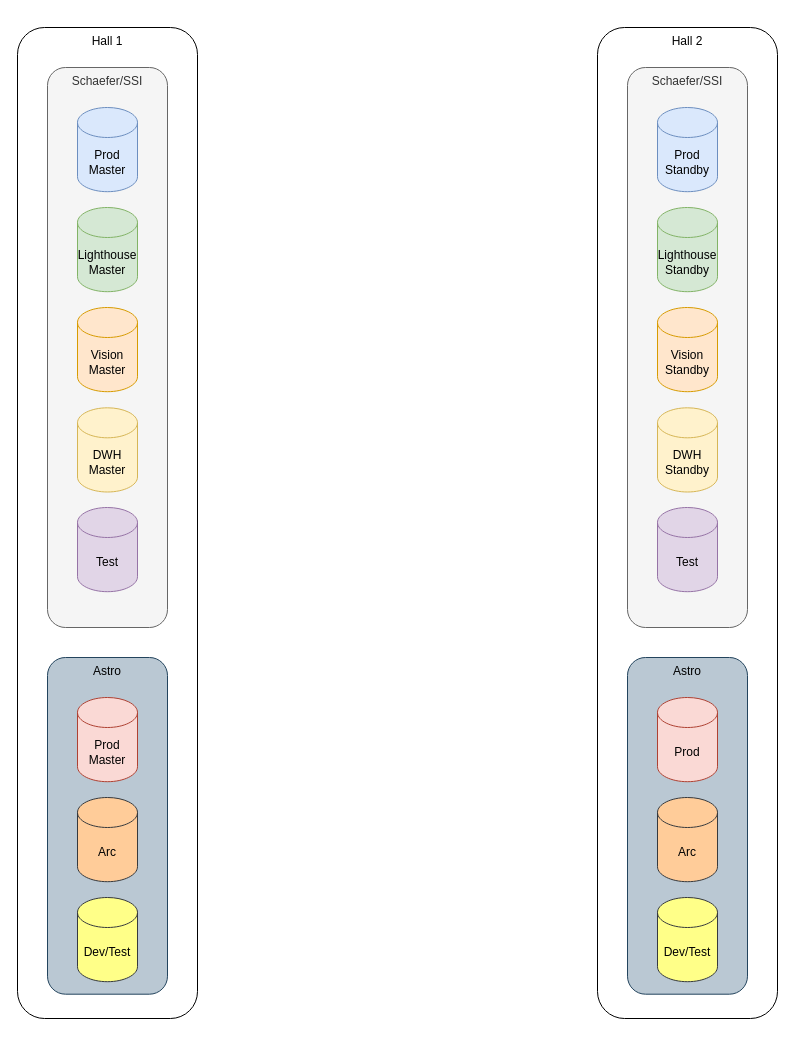
Before: databases_overview.drawio in lhirdman/log4, a draw.io diagram. Source tidied: cells renumbered, new cells numbered last; positions are measured from the earlier drawing's top-left corner, leaving out a move shared by most shapes. Both pictures are drawn from the tidied source at 100%, with x=0, y=0 at pixel (17, 27).
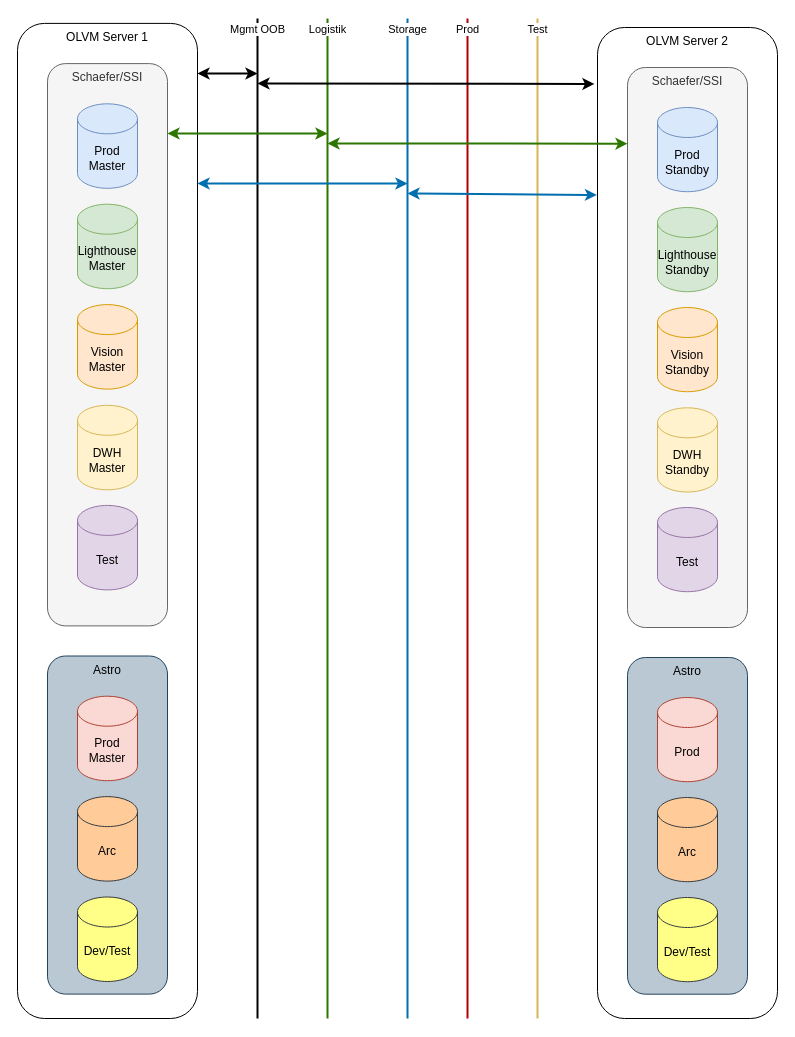
After the change.

Unchanged cells that the change refers to:
```xml
<mxCell id="14" style="group;" parent="1" vertex="1">
  <mxGeometry x="580" y="20" width="180" height="971" as="geometry" />
</mxCell>
<mxCell id="16" value="Schaefer/SSI" style="rounded=1;whiteSpace=wrap;html=1;labelPosition=center;verticalLabelPosition=middle;align=center;verticalAlign=top;fillColor=#f5f5f5;fontColor=#333333;strokeColor=#666666;" parent="14" vertex="1">
  <mxGeometry x="30" y="20" width="120" height="560" as="geometry" />
</mxCell>
```

The edit, as a diff of the source:
```diff
@@
     <mxCell id="2" style="group;" parent="1" vertex="1">
-      <mxGeometry y="20" width="180" height="971" as="geometry" />
+      <mxGeometry y="16" width="180" height="975" as="geometry" />
     </mxCell>
-    <mxCell id="3" value="Hall 1" style="rounded=1;whiteSpace=wrap;html=1;verticalAlign=top;" parent="2" vertex="1">
-      <mxGeometry y="-20" width="180" height="991" as="geometry" />
+    <mxCell id="3" value="OLVM Server 1" style="rounded=1;whiteSpace=wrap;html=1;verticalAlign=top;" parent="2" vertex="1">
+      <mxGeometry y="-20.1" width="180" height="995.1" as="geometry" />
     </mxCell>
     <mxCell id="4" value="Schaefer/SSI" style="rounded=1;whiteSpace=wrap;html=1;labelPosition=center;verticalLabelPosition=middle;align=center;verticalAlign=top;fillColor=#f5f5f5;fontColor=#333333;strokeColor=#666666;" parent="2" vertex="1">
-      <mxGeometry x="30" y="20" width="120" height="560" as="geometry" />
+      <mxGeometry x="30" y="20.1" width="120" height="562.3" as="geometry" />
     </mxCell>
     <mxCell id="5" value="Prod&lt;br&gt;Master" style="shape=cylinder3;whiteSpace=wrap;html=1;boundedLbl=1;backgroundOutline=1;size=15;fillColor=#dae8fc;strokeColor=#6c8ebf;" parent="2" vertex="1">
-      <mxGeometry x="60" y="60" width="60" height="84.2" as="geometry" />
+      <mxGeometry x="60" y="60.3" width="60" height="84.5" as="geometry" />
     </mxCell>
     <mxCell id="6" value="Lighthouse&lt;br&gt;Master" style="shape=cylinder3;whiteSpace=wrap;html=1;boundedLbl=1;backgroundOutline=1;size=15;fillColor=#d5e8d4;strokeColor=#82b366;" parent="2" vertex="1">
-      <mxGeometry x="60" y="160" width="60" height="84.2" as="geometry" />
+      <mxGeometry x="60" y="160.7" width="60" height="84.5" as="geometry" />
     </mxCell>
     <mxCell id="7" value="Vision&lt;br&gt;Master" style="shape=cylinder3;whiteSpace=wrap;html=1;boundedLbl=1;backgroundOutline=1;size=15;fillColor=#ffe6cc;strokeColor=#d79b00;" parent="2" vertex="1">
-      <mxGeometry x="60" y="260" width="60" height="84.2" as="geometry" />
+      <mxGeometry x="60" y="261.1" width="60" height="84.5" as="geometry" />
     </mxCell>
     <mxCell id="8" value="DWH&lt;br&gt;Master" style="shape=cylinder3;whiteSpace=wrap;html=1;boundedLbl=1;backgroundOutline=1;size=15;fillColor=#fff2cc;strokeColor=#d6b656;" parent="2" vertex="1">
-      <mxGeometry x="60" y="360.3" width="60" height="84.2" as="geometry" />
+      <mxGeometry x="60" y="361.8" width="60" height="84.5" as="geometry" />
     </mxCell>
     <mxCell id="9" value="Test" style="shape=cylinder3;whiteSpace=wrap;html=1;boundedLbl=1;backgroundOutline=1;size=15;fillColor=#e1d5e7;strokeColor=#9673a6;" parent="2" vertex="1">
-      <mxGeometry x="60" y="460" width="60" height="84.2" as="geometry" />
+      <mxGeometry x="60" y="461.9" width="60" height="84.5" as="geometry" />
     </mxCell>
     <mxCell id="10" value="Astro" style="rounded=1;whiteSpace=wrap;html=1;verticalAlign=top;fillColor=#bac8d3;strokeColor=#23445d;" parent="2" vertex="1">
-      <mxGeometry x="30" y="610" width="120" height="336.7" as="geometry" />
+      <mxGeometry x="30" y="612.5" width="120" height="338.1" as="geometry" />
     </mxCell>
     <mxCell id="11" value="Prod&lt;br&gt;Master" style="shape=cylinder3;whiteSpace=wrap;html=1;boundedLbl=1;backgroundOutline=1;size=15;rounded=1;fillColor=#fad9d5;strokeColor=#ae4132;" parent="2" vertex="1">
-      <mxGeometry x="60" y="650" width="60" height="84.2" as="geometry" />
+      <mxGeometry x="60" y="652.7" width="60" height="84.5" as="geometry" />
     </mxCell>
     <mxCell id="12" value="Arc" style="shape=cylinder3;whiteSpace=wrap;html=1;boundedLbl=1;backgroundOutline=1;size=15;rounded=1;fillColor=#ffcc99;strokeColor=#36393d;" parent="2" vertex="1">
-      <mxGeometry x="60" y="750" width="60" height="84.2" as="geometry" />
+      <mxGeometry x="60" y="753.1" width="60" height="84.5" as="geometry" />
     </mxCell>
     <mxCell id="13" value="Dev/Test" style="shape=cylinder3;whiteSpace=wrap;html=1;boundedLbl=1;backgroundOutline=1;size=15;rounded=1;fillColor=#ffff88;strokeColor=#36393d;" parent="2" vertex="1">
-      <mxGeometry x="60" y="850" width="60" height="84.2" as="geometry" />
+      <mxGeometry x="60" y="853.5" width="60" height="84.5" as="geometry" />
     </mxCell>
@@
-    <mxCell id="15" value="Hall 2" style="rounded=1;whiteSpace=wrap;html=1;verticalAlign=top;" parent="14" vertex="1">
+    <mxCell id="15" value="OLVM Server 2" style="rounded=1;whiteSpace=wrap;html=1;verticalAlign=top;" parent="14" vertex="1">
       <mxGeometry y="-20" width="180" height="991" as="geometry" />
     </mxCell>
@@
+    <mxCell id="26" style="endArrow=none;html=1;rounded=0;labelPosition=center;verticalLabelPosition=top;align=center;verticalAlign=top;sketch=0;fontStyle=0;strokeWidth=2;" parent="1" edge="1">
+      <mxGeometry relative="1" as="geometry">
+        <mxPoint x="240" y="991" as="sourcePoint" />
+        <mxPoint x="240" y="-9" as="targetPoint" />
+      </mxGeometry>
+    </mxCell>
+    <mxCell id="27" value="Mgmt OOB" style="edgeLabel;html=1;align=center;verticalAlign=middle;" parent="26" vertex="1">
+      <mxGeometry x="0.98" y="1" relative="1" as="geometry" />
+    </mxCell>
+    <mxCell id="28" style="endArrow=none;html=1;rounded=0;labelPosition=center;verticalLabelPosition=top;align=center;verticalAlign=top;sketch=0;fontStyle=0;fillColor=#60a917;strokeColor=#2D7600;strokeWidth=2;" parent="1" edge="1">
+      <mxGeometry relative="1" as="geometry">
+        <mxPoint x="310" y="991" as="sourcePoint" />
+        <mxPoint x="310" y="-9" as="targetPoint" />
+      </mxGeometry>
+    </mxCell>
+    <mxCell id="29" value="Logistik" style="edgeLabel;html=1;align=center;verticalAlign=middle;" parent="28" vertex="1">
+      <mxGeometry x="0.98" y="1" relative="1" as="geometry" />
+    </mxCell>
+    <mxCell id="30" style="endArrow=none;html=1;rounded=0;labelPosition=center;verticalLabelPosition=top;align=center;verticalAlign=top;sketch=0;fontStyle=0;strokeWidth=2;fillColor=#1ba1e2;strokeColor=#006EAF;" parent="1" edge="1">
+      <mxGeometry relative="1" as="geometry">
+        <mxPoint x="390" y="991" as="sourcePoint" />
+        <mxPoint x="390" y="-9" as="targetPoint" />
+      </mxGeometry>
+    </mxCell>
+    <mxCell id="31" value="Storage" style="edgeLabel;html=1;align=center;verticalAlign=middle;" parent="30" vertex="1">
+      <mxGeometry x="0.98" y="1" relative="1" as="geometry" />
+    </mxCell>
+    <mxCell id="32" style="endArrow=none;html=1;rounded=0;labelPosition=center;verticalLabelPosition=top;align=center;verticalAlign=top;sketch=0;fontStyle=0;strokeWidth=2;fillColor=#e51400;strokeColor=#B20000;" parent="1" edge="1">
+      <mxGeometry relative="1" as="geometry">
+        <mxPoint x="450" y="991" as="sourcePoint" />
+        <mxPoint x="450" y="-9" as="targetPoint" />
+      </mxGeometry>
+    </mxCell>
+    <mxCell id="33" value="Prod" style="edgeLabel;html=1;align=center;verticalAlign=middle;" parent="32" vertex="1">
+      <mxGeometry x="0.98" y="1" relative="1" as="geometry" />
+    </mxCell>
+    <mxCell id="34" style="endArrow=none;html=1;rounded=0;labelPosition=center;verticalLabelPosition=top;align=center;verticalAlign=top;sketch=0;fontStyle=0;fillColor=#fff2cc;strokeColor=#d6b656;strokeWidth=2;gradientColor=#ffd966;" parent="1" edge="1">
+      <mxGeometry relative="1" as="geometry">
+        <mxPoint x="520" y="991" as="sourcePoint" />
+        <mxPoint x="520" y="-9" as="targetPoint" />
+      </mxGeometry>
+    </mxCell>
+    <mxCell id="35" value="Test" style="edgeLabel;html=1;align=center;verticalAlign=middle;" parent="34" vertex="1">
+      <mxGeometry x="0.98" y="1" relative="1" as="geometry" />
+    </mxCell>
+    <mxCell id="36" style="endArrow=classic;startArrow=classic;html=1;rounded=0;sketch=0;strokeWidth=2;" parent="1" edge="1">
+      <mxGeometry relative="1" as="geometry">
+        <mxPoint x="180" y="46" as="sourcePoint" />
+        <mxPoint x="240" y="46" as="targetPoint" />
+      </mxGeometry>
+    </mxCell>
+    <mxCell id="37" style="endArrow=classic;startArrow=classic;html=1;rounded=0;sketch=0;strokeWidth=2;fillColor=#60a917;strokeColor=#2D7600;" parent="1" edge="1">
+      <mxGeometry relative="1" as="geometry">
+        <mxPoint x="150" y="106" as="sourcePoint" />
+        <mxPoint x="310" y="106" as="targetPoint" />
+      </mxGeometry>
+    </mxCell>
+    <mxCell id="38" style="endArrow=classic;startArrow=classic;html=1;rounded=0;sketch=0;strokeWidth=2;fillColor=#60a917;strokeColor=#2D7600;entryX=0;entryY=0.136;entryDx=0;entryDy=0;entryPerimeter=0;" parent="1" edge="1" target="16">
+      <mxGeometry relative="1" as="geometry">
+        <mxPoint x="310" y="116" as="sourcePoint" />
+      </mxGeometry>
+    </mxCell>
+    <mxCell id="39" style="endArrow=classic;startArrow=classic;html=1;rounded=0;sketch=0;strokeWidth=2;entryX=-0.017;entryY=0.057;entryDx=0;entryDy=0;entryPerimeter=0;" parent="1" edge="1" target="15">
+      <mxGeometry relative="1" as="geometry">
+        <mxPoint x="240" y="56" as="sourcePoint" />
+      </mxGeometry>
+    </mxCell>
+    <mxCell id="40" style="endArrow=classic;startArrow=classic;html=1;rounded=0;sketch=0;strokeWidth=2;fillColor=#1ba1e2;strokeColor=#006EAF;" parent="1" edge="1">
+      <mxGeometry relative="1" as="geometry">
+        <mxPoint x="180" y="156" as="sourcePoint" />
+        <mxPoint x="390" y="156" as="targetPoint" />
+      </mxGeometry>
+    </mxCell>
+    <mxCell id="41" style="endArrow=classic;startArrow=classic;html=1;rounded=0;sketch=0;strokeWidth=2;fillColor=#1ba1e2;strokeColor=#006EAF;entryX=-0.003;entryY=0.169;entryDx=0;entryDy=0;entryPerimeter=0;" parent="1" edge="1" target="15">
+      <mxGeometry relative="1" as="geometry">
+        <mxPoint x="390" y="166" as="sourcePoint" />
+      </mxGeometry>
+    </mxCell>
```
